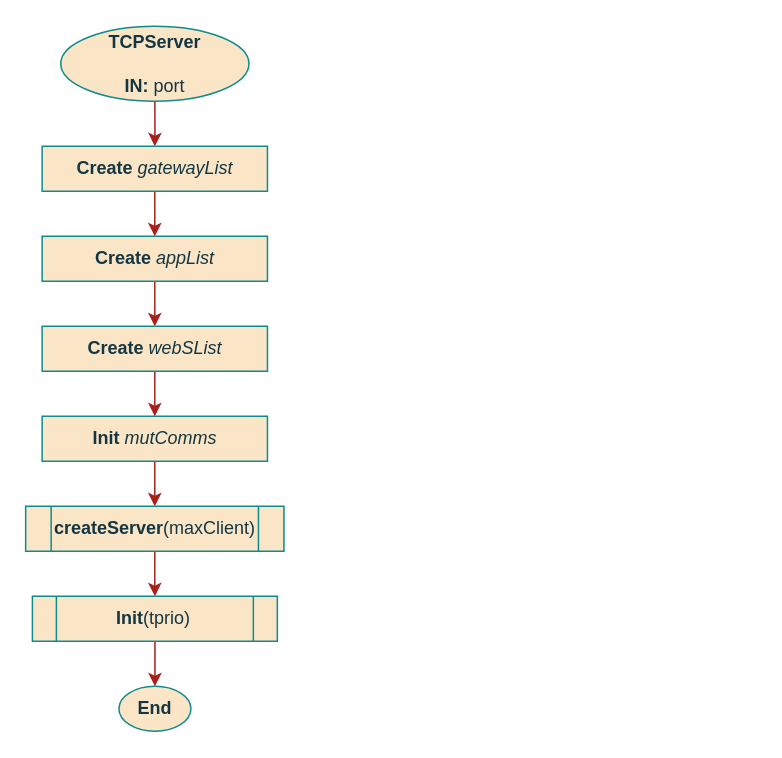
The draw.io diagram page "Cons_RemSys" (4 of 14) of documentation/flowcharts/RS/RS.drawio in ESRGgroup9/slipad, before the edit. Source tidied: cells renumbered, new cells numbered last; positions are measured from the earlier drawing's top-left corner, leaving out a move shared by most shapes. Both pictures are drawn from the tidied source at 150%, with x=0, y=0 at pixel (26, 26).
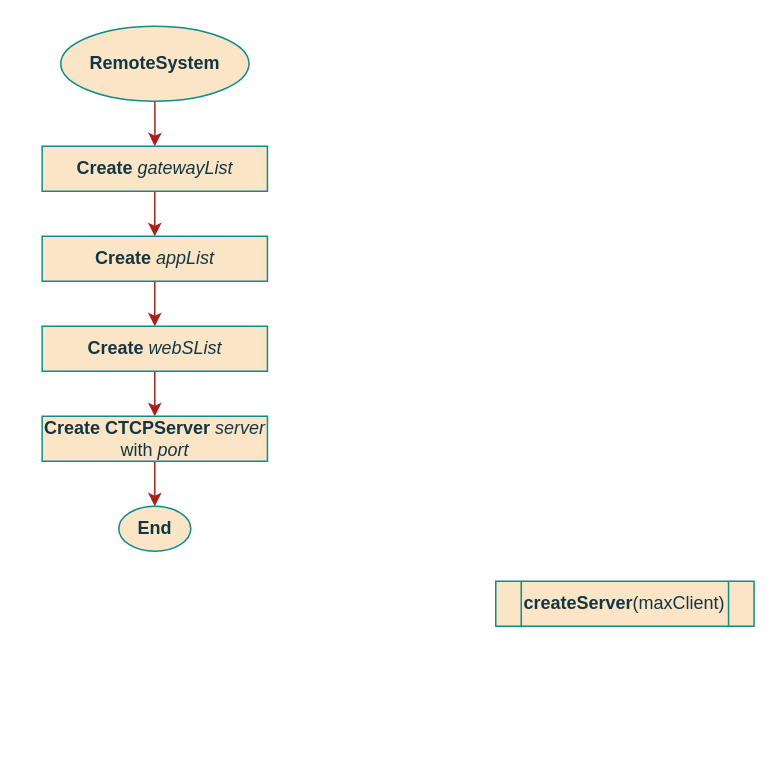
The same page after the edit.

Change to the diagram source:
```diff
@@
 <mxGraphModel>
   <root>
     <mxCell id="0" />
     <mxCell id="1" parent="0" />
     <mxCell id="2" style="edgeStyle=orthogonalEdgeStyle;rounded=0;jettySize=auto;html=1;strokeColor=#A8201A;labelBackgroundColor=#DAD2D8;fontColor=#143642;" parent="1" edge="1" source="3" target="7">
       <mxGeometry relative="1" as="geometry" />
     </mxCell>
-    <mxCell id="3" value="&lt;div&gt;TCPServer&lt;br&gt;&lt;/div&gt;&lt;div&gt;&lt;br&gt;&lt;/div&gt;IN: &lt;span style=&quot;font-weight: normal&quot;&gt;port&lt;br&gt;&lt;/span&gt;" style="ellipse;whiteSpace=wrap;html=1;fillColor=#FAE5C7;strokeColor=#0F8B8D;fontColor=#143642;fontStyle=1;" parent="1" vertex="1">
+    <mxCell id="3" value="&lt;div&gt;RemoteSystem&lt;br&gt;&lt;/div&gt;&lt;span style=&quot;font-weight: normal&quot;&gt;&lt;/span&gt;" style="ellipse;whiteSpace=wrap;html=1;fillColor=#FAE5C7;strokeColor=#0F8B8D;fontColor=#143642;fontStyle=1;" parent="1" vertex="1">
       <mxGeometry x="23" width="125.5" height="50" as="geometry" />
     </mxCell>
-    <mxCell id="4" style="edgeStyle=orthogonalEdgeStyle;rounded=0;jettySize=auto;html=1;exitX=0.5;exitY=1;exitDx=0;exitDy=0;strokeColor=#A8201A;labelBackgroundColor=#DAD2D8;fontColor=#143642;" parent="1" edge="1" source="5" target="15">
-      <mxGeometry relative="1" as="geometry" />
-    </mxCell>
-    <mxCell id="5" value="&lt;div&gt;&lt;b&gt;Init &lt;/b&gt;&lt;i&gt;mutComms&lt;/i&gt;&lt;/div&gt;" style="rounded=0;whiteSpace=wrap;html=1;sketch=0;fontColor=#143642;strokeColor=#0F8B8D;fillColor=#FAE5C7;" parent="1" vertex="1">
-      <mxGeometry x="10.6" y="260" width="150.2" height="30" as="geometry" />
-    </mxCell>
     <mxCell id="6" style="edgeStyle=orthogonalEdgeStyle;rounded=0;jettySize=auto;html=1;exitX=0.5;exitY=1;exitDx=0;exitDy=0;entryX=0.5;entryY=0;entryDx=0;entryDy=0;strokeColor=#A8201A;labelBackgroundColor=#DAD2D8;fontColor=#143642;" parent="1" edge="1" source="7" target="9">
       <mxGeometry relative="1" as="geometry" />
     </mxCell>
     <mxCell id="7" value="&lt;div&gt;&lt;b&gt;Create&lt;/b&gt;&lt;i&gt;&lt;b&gt; &lt;/b&gt;gatewayList&lt;br&gt;&lt;/i&gt;&lt;/div&gt;" style="rounded=0;whiteSpace=wrap;html=1;sketch=0;fontColor=#143642;strokeColor=#0F8B8D;fillColor=#FAE5C7;" parent="1" vertex="1">
       <mxGeometry x="10.6" y="80" width="150.2" height="30" as="geometry" />
     </mxCell>
     <mxCell id="8" style="edgeStyle=orthogonalEdgeStyle;rounded=0;jettySize=auto;html=1;exitX=0.5;exitY=1;exitDx=0;exitDy=0;entryX=0.5;entryY=0;entryDx=0;entryDy=0;strokeColor=#A8201A;labelBackgroundColor=#DAD2D8;fontColor=#143642;" parent="1" edge="1" source="9" target="11">
       <mxGeometry relative="1" as="geometry" />
     </mxCell>
     <mxCell id="9" value="&lt;div&gt;&lt;b&gt;Create&lt;/b&gt;&lt;i&gt;&lt;b&gt; &lt;/b&gt;appList&lt;br&gt;&lt;/i&gt;&lt;/div&gt;" style="rounded=0;whiteSpace=wrap;html=1;sketch=0;fontColor=#143642;strokeColor=#0F8B8D;fillColor=#FAE5C7;" parent="1" vertex="1">
       <mxGeometry x="10.6" y="140" width="150.2" height="30" as="geometry" />
     </mxCell>
-    <mxCell id="10" style="edgeStyle=orthogonalEdgeStyle;rounded=0;jettySize=auto;html=1;exitX=0.5;exitY=1;exitDx=0;exitDy=0;entryX=0.5;entryY=0;entryDx=0;entryDy=0;strokeColor=#A8201A;labelBackgroundColor=#DAD2D8;fontColor=#143642;" parent="1" edge="1" source="11" target="5">
+    <mxCell id="10" style="edgeStyle=orthogonalEdgeStyle;rounded=0;jettySize=auto;html=1;exitX=0.5;exitY=1;exitDx=0;exitDy=0;strokeColor=#A8201A;labelBackgroundColor=#DAD2D8;fontColor=#143642;" parent="1" edge="1" source="11" target="19">
       <mxGeometry relative="1" as="geometry" />
     </mxCell>
     <mxCell id="11" value="&lt;div&gt;&lt;b&gt;Create&lt;/b&gt;&lt;i&gt;&lt;b&gt; &lt;/b&gt;webSList&lt;br&gt;&lt;/i&gt;&lt;/div&gt;" style="rounded=0;whiteSpace=wrap;html=1;sketch=0;fontColor=#143642;strokeColor=#0F8B8D;fillColor=#FAE5C7;" parent="1" vertex="1">
       <mxGeometry x="10.6" y="200" width="150.2" height="30" as="geometry" />
     </mxCell>
     <mxCell id="12" value="End" style="ellipse;whiteSpace=wrap;html=1;fillColor=#FAE5C7;strokeColor=#0F8B8D;fontColor=#143642;fontStyle=1;" parent="1" vertex="1">
-      <mxGeometry x="61.8" y="440" width="48" height="30" as="geometry" />
+      <mxGeometry x="61.7" y="320" width="48" height="30" as="geometry" />
     </mxCell>
     <mxCell id="13" style="edgeStyle=orthogonalEdgeStyle;rounded=0;orthogonalLoop=1;jettySize=auto;html=1;strokeColor=#A8201A;labelBackgroundColor=#DAD2D8;fontColor=#143642;" parent="1" edge="1">
       <mxGeometry relative="1" as="geometry">
         <mxPoint x="389.2" y="140" as="targetPoint" />
       </mxGeometry>
     </mxCell>
-    <mxCell id="14" style="edgeStyle=orthogonalEdgeStyle;rounded=0;jettySize=auto;html=1;strokeColor=#A8201A;labelBackgroundColor=#DAD2D8;fontColor=#143642;" parent="1" edge="1" source="15" target="17">
-      <mxGeometry relative="1" as="geometry" />
-    </mxCell>
     <mxCell id="15" value="createServer&lt;span style=&quot;font-weight: normal&quot;&gt;(maxClient)&lt;/span&gt;" style="shape=process;whiteSpace=wrap;html=1;backgroundOutline=1;rounded=0;sketch=0;fontColor=#143642;strokeColor=#0F8B8D;fillColor=#FAE5C7;fontStyle=1;" parent="1" vertex="1">
-      <mxGeometry x="-0.4" y="320" width="172.2" height="30" as="geometry" />
+      <mxGeometry x="313" y="370" width="172.2" height="30" as="geometry" />
     </mxCell>
-    <mxCell id="16" style="edgeStyle=orthogonalEdgeStyle;rounded=0;jettySize=auto;html=1;strokeColor=#A8201A;labelBackgroundColor=#DAD2D8;fontColor=#143642;" parent="1" edge="1" source="17" target="12">
-      <mxGeometry relative="1" as="geometry" />
-    </mxCell>
-    <mxCell id="17" value="Init&lt;span style=&quot;font-weight: normal&quot;&gt;(tprio)&lt;/span&gt;" style="shape=process;whiteSpace=wrap;html=1;backgroundOutline=1;rounded=0;sketch=0;fontColor=#143642;strokeColor=#0F8B8D;fillColor=#FAE5C7;fontStyle=1;" parent="1" vertex="1">
-      <mxGeometry x="4.1" y="380" width="163.3" height="30" as="geometry" />
-    </mxCell>
+    <mxCell id="18" style="edgeStyle=orthogonalEdgeStyle;curved=0;rounded=1;sketch=0;jettySize=auto;html=1;fontColor=#143642;strokeColor=#A8201A;fillColor=#FAE5C7;" parent="1" edge="1" source="19" target="12">
+      <mxGeometry relative="1" as="geometry" />
+    </mxCell>
+    <mxCell id="19" value="&lt;div&gt;&lt;b&gt;Create&lt;/b&gt;&lt;i&gt;&lt;b&gt; &lt;/b&gt;&lt;/i&gt;&lt;b&gt;C&lt;/b&gt;&lt;b&gt;TCPServer &lt;/b&gt;&lt;i&gt;server&lt;/i&gt; with &lt;i&gt;port&lt;br&gt;&lt;/i&gt;&lt;/div&gt;" style="rounded=0;whiteSpace=wrap;html=1;sketch=0;fontColor=#143642;strokeColor=#0F8B8D;fillColor=#FAE5C7;" parent="1" vertex="1">
+      <mxGeometry x="10.6" y="260" width="150.2" height="30" as="geometry" />
+    </mxCell>
   </root>
 </mxGraphModel>
```
